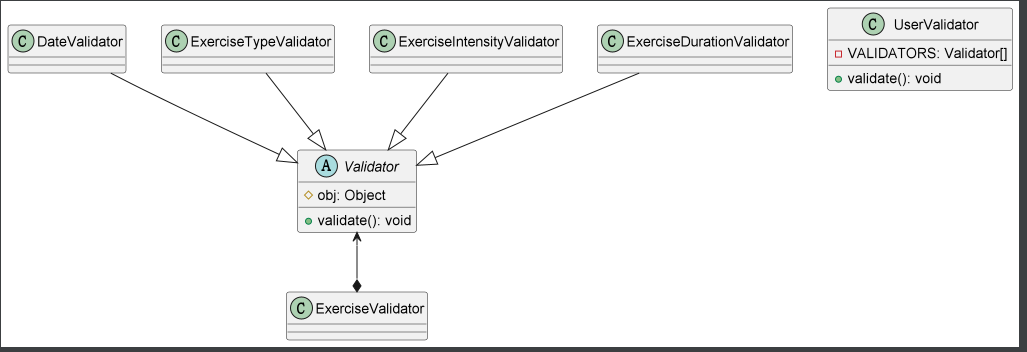
Above: doc/cls-image/exercisevalidator.png in leidZhang/Nutrifit (PlantUML), before the change. Its source is kept beside it as doc/class-diagram/backend/exercise/ExerciseValidator.puml. The source it was exported from:
```plantuml
@startuml
class UserValidator {
  - VALIDATORS: Validator[]

  + validate(): void
}

abstract class Validator {
  # obj: Object

  + validate(): void
}

class DateValidator
class ExerciseTypeValidator
class ExerciseIntensityValidator
class ExerciseDurationValidator

DateValidator --|> Validator
ExerciseTypeValidator --|> Validator
ExerciseDurationValidator --|> Validator
ExerciseIntensityValidator --|> Validator

ExerciseValidator *-up-> Validator

@enduml
```
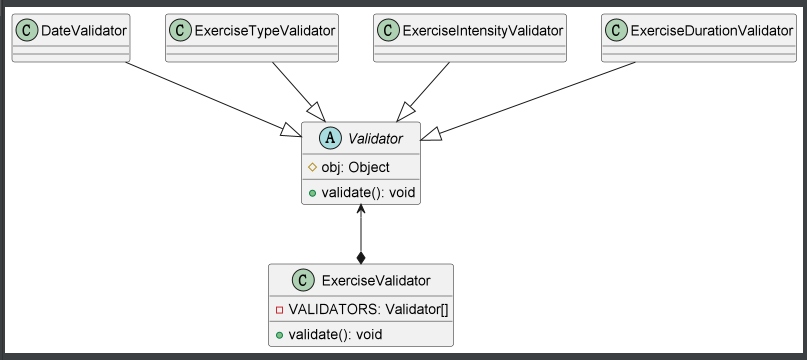
After the commit.

The edit, as a diff of the source:
```diff
@@ -1,5 +1,5 @@
 @startuml
-class UserValidator {
+class ExerciseValidator {
   - VALIDATORS: Validator[]
 
   + validate(): void
```
